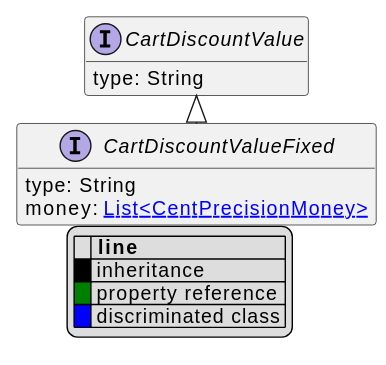
The PlantUML diagram uml/api/svg/CartDiscountValueFixed.svg in commercetools/commercetools-api-reference, before a commit. The source it was exported from:
```plantuml
@startuml
!pragma layout elk
hide empty fields
hide empty methods
legend
|= |= line |
|<back:black>   </back>| inheritance |
|<back:green>   </back>| property reference |
|<back:blue>   </back>| discriminated class |
endlegend
interface CartDiscountValueFixed [[CartDiscountValueFixed.svg]] extends CartDiscountValue {
    type: String
    money: [[CentPrecisionMoney.svg List<CentPrecisionMoney>]]
}
interface CartDiscountValue [[CartDiscountValue.svg]]  {
    type: String
}





@enduml
```
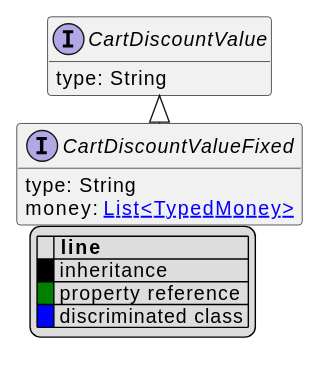
After the commit.

The edit, as a diff of the source:
```diff
@@ -10,7 +10,7 @@
 endlegend
 interface CartDiscountValueFixed [[CartDiscountValueFixed.svg]] extends CartDiscountValue {
     type: String
-    money: [[CentPrecisionMoney.svg List<CentPrecisionMoney>]]
+    money: [[TypedMoney.svg List<TypedMoney>]]
 }
 interface CartDiscountValue [[CartDiscountValue.svg]]  {
     type: String
```
